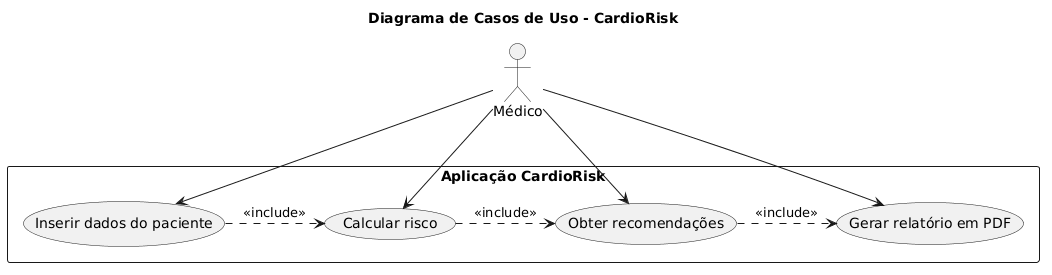
Above: diagramas/use_case.png in GustavoFrossard/Cardio-Risk-Calc (PlantUML), before the change.
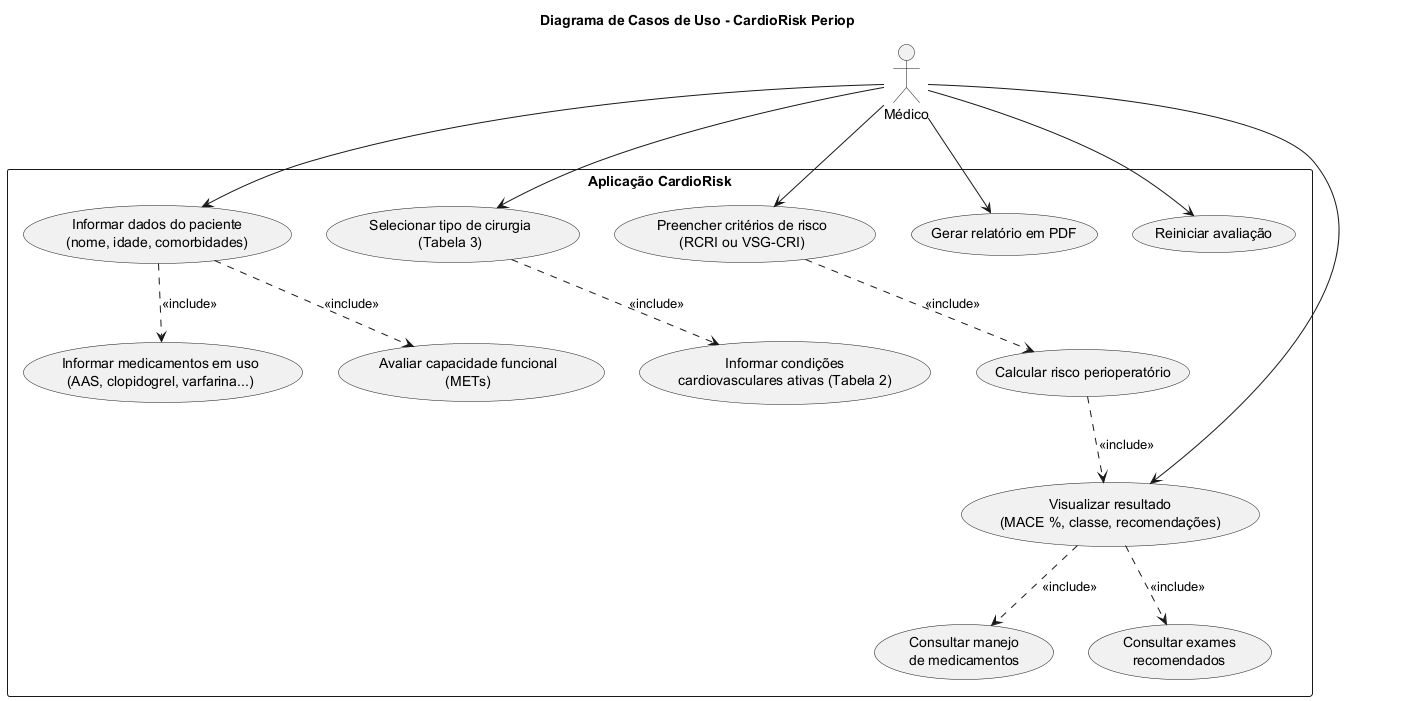
The same file after the commit.

Change to the diagram source:
```diff
@@ -1,21 +1,36 @@
 @startuml
-title Diagrama de Casos de Uso - CardioRisk
+title Diagrama de Casos de Uso - CardioRisk Periop
 
 actor Médico
 
 rectangle "Aplicação CardioRisk" {
-  usecase "Inserir dados do paciente" as UC1
-  usecase "Calcular risco" as UC2
-  usecase "Obter recomendações" as UC3
-  usecase "Gerar relatório em PDF" as UC4
+  usecase "Informar dados do paciente\n(nome, idade, comorbidades)" as UC1
+  usecase "Informar medicamentos em uso\n(AAS, clopidogrel, varfarina...)" as UC1b
+  usecase "Avaliar capacidade funcional\n(METs)" as UC1c
+  usecase "Selecionar tipo de cirurgia\n(Tabela 3)" as UC2
+  usecase "Informar condições\ncardiovasculares ativas (Tabela 2)" as UC2b
+  usecase "Preencher critérios de risco\n(RCRI ou VSG-CRI)" as UC3
+  usecase "Calcular risco perioperatório" as UC4
+  usecase "Visualizar resultado\n(MACE %, classe, recomendações)" as UC5
+  usecase "Consultar manejo\nde medicamentos" as UC5b
+  usecase "Consultar exames\nrecomendados" as UC5c
+  usecase "Gerar relatório em PDF" as UC6
+  usecase "Reiniciar avaliação" as UC7
 }
 
 Médico --> UC1
 Médico --> UC2
 Médico --> UC3
-Médico --> UC4
+Médico --> UC5
+Médico --> UC6
+Médico --> UC7
 
-UC1 .> UC2 : <<include>>
-UC2 .> UC3 : <<include>>
-UC3 .> UC4 : <<include>>
+UC1 ..> UC1b : <<include>>
+UC1 ..> UC1c : <<include>>
+UC2 ..> UC2b : <<include>>
+UC3 ..> UC4 : <<include>>
+UC4 ..> UC5 : <<include>>
+UC5 ..> UC5b : <<include>>
+UC5 ..> UC5c : <<include>>
+
 @enduml
```
